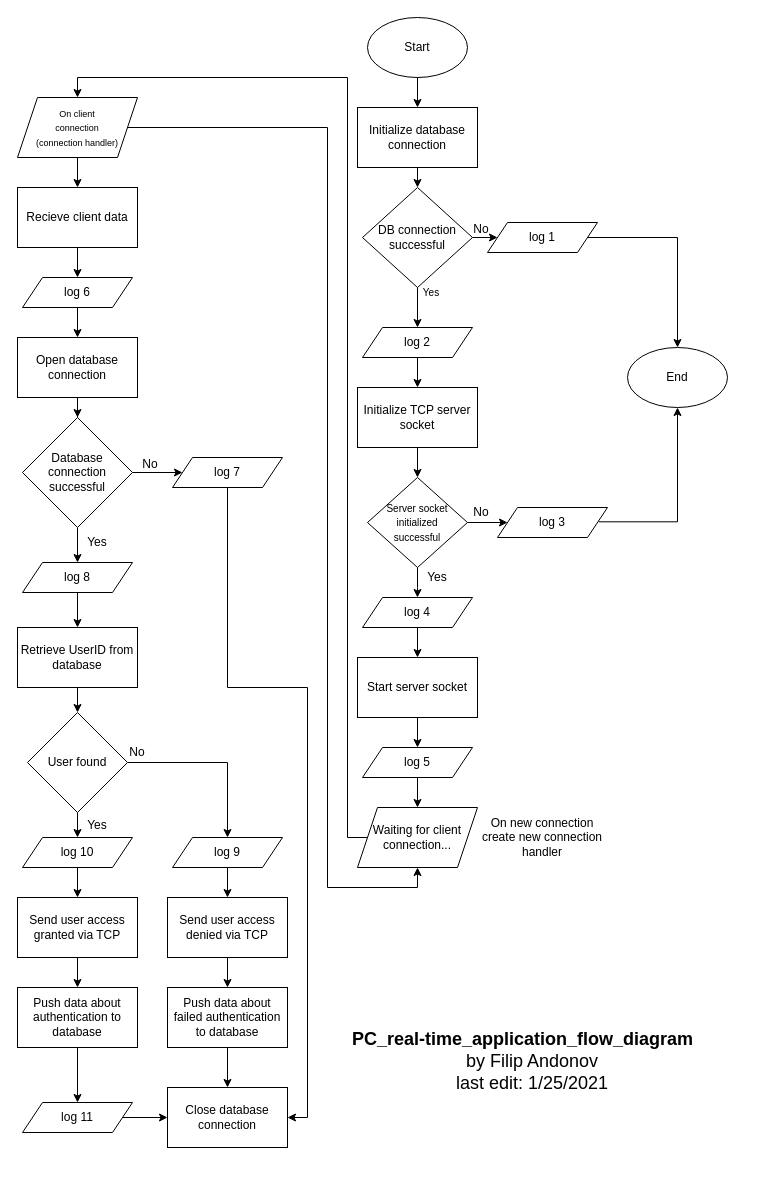
Before: Others/PC_real-time_application_flow_diagram.drawio.xml in callmeFilip/Access_Control_System, a draw.io diagram. Source tidied: cells renumbered, new cells numbered last; positions are measured from the earlier drawing's top-left corner, leaving out a move shared by most shapes. Both pictures are drawn from the tidied source at 100%, with x=0, y=0 at pixel (17, 17).
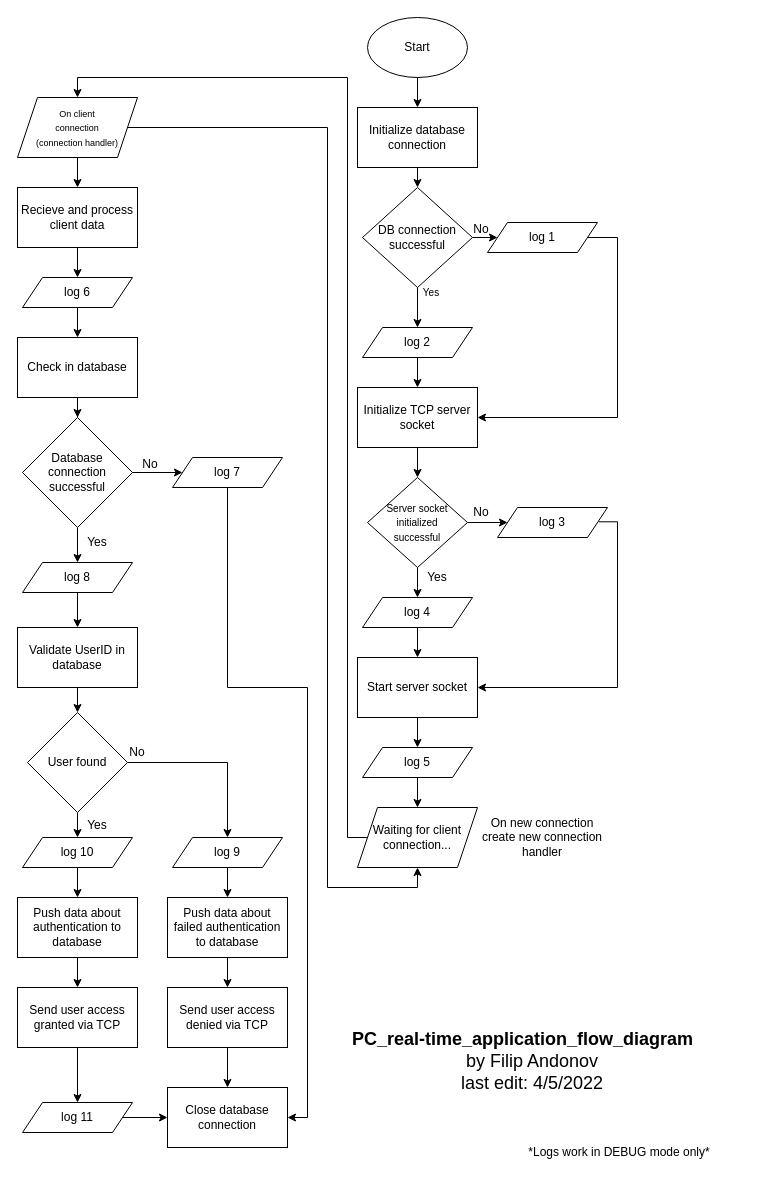
Above is the later version.

Commit message (it also covers changes not shown here):
Added database connection

Unchanged cells that the change refers to:
```xml
<mxCell id="12" value="Initialize TCP server socket" style="rounded=0;whiteSpace=wrap;html=1;" parent="1" vertex="1">
  <mxGeometry x="340" y="370" width="120" height="60" as="geometry" />
</mxCell>
<mxCell id="23" value="Start server socket" style="rounded=0;whiteSpace=wrap;html=1;fontSize=12;" parent="1" vertex="1">
  <mxGeometry x="340" y="640" width="120" height="60" as="geometry" />
</mxCell>
<mxCell id="59" value="Close database connection" style="rounded=0;whiteSpace=wrap;html=1;fontSize=12;" parent="1" vertex="1">
  <mxGeometry x="150" y="1070" width="120" height="60" as="geometry" />
</mxCell>
<mxCell id="64" value="log 3" style="shape=parallelogram;perimeter=parallelogramPerimeter;whiteSpace=wrap;html=1;fixedSize=1;" parent="1" vertex="1">
  <mxGeometry x="480" y="490" width="110" height="30" as="geometry" />
</mxCell>
<mxCell id="70" value="log 9" style="shape=parallelogram;perimeter=parallelogramPerimeter;whiteSpace=wrap;html=1;fixedSize=1;" parent="1" vertex="1">
  <mxGeometry x="155" y="820" width="110" height="30" as="geometry" />
</mxCell>
<mxCell id="71" value="log 10" style="shape=parallelogram;perimeter=parallelogramPerimeter;whiteSpace=wrap;html=1;fixedSize=1;" parent="1" vertex="1">
  <mxGeometry x="5" y="820" width="110" height="30" as="geometry" />
</mxCell>
<mxCell id="72" value="log 11" style="shape=parallelogram;perimeter=parallelogramPerimeter;whiteSpace=wrap;html=1;fixedSize=1;" parent="1" vertex="1">
  <mxGeometry x="5" y="1085" width="110" height="30" as="geometry" />
</mxCell>
<mxCell id="73" value="log 1" style="shape=parallelogram;perimeter=parallelogramPerimeter;whiteSpace=wrap;html=1;fixedSize=1;" parent="1" vertex="1">
  <mxGeometry x="470" y="205" width="110" height="30" as="geometry" />
</mxCell>
```

Change to the diagram source:
```diff
@@
-    <mxCell id="9" value="End" style="ellipse;whiteSpace=wrap;html=1;" parent="1" vertex="1">
-      <mxGeometry x="610" y="330" width="100" height="60" as="geometry" />
-    </mxCell>
-    <mxCell id="10" style="endArrow=classic;html=1;rounded=0;exitX=1;exitY=0.5;exitDx=0;exitDy=0;entryX=0.5;entryY=0;entryDx=0;entryDy=0;" parent="1" edge="1" source="73" target="9">
-      <mxGeometry relative="1" as="geometry">
-        <Array as="points">
-          <mxPoint x="660" y="220" />
-        </Array>
-      </mxGeometry>
-    </mxCell>
@@
-    <mxCell id="19" style="edgeStyle=orthogonalEdgeStyle;rounded=0;jettySize=auto;html=1;fontSize=12;entryX=0.5;entryY=1;entryDx=0;entryDy=0;exitX=0.92;exitY=0.477;exitDx=0;exitDy=0;exitPerimeter=0;" parent="1" edge="1" source="64" target="9">
-      <mxGeometry relative="1" as="geometry" />
+    <mxCell id="19" style="edgeStyle=orthogonalEdgeStyle;rounded=0;jettySize=auto;html=1;fontSize=12;entryX=1;entryY=0.5;entryDx=0;entryDy=0;exitX=0.92;exitY=0.477;exitDx=0;exitDy=0;exitPerimeter=0;" parent="1" edge="1" source="64" target="23">
+      <mxGeometry relative="1" as="geometry">
+        <Array as="points">
+          <mxPoint x="600" y="504" />
+          <mxPoint x="600" y="670" />
+        </Array>
+      </mxGeometry>
     </mxCell>
@@
-    <mxCell id="32" value="Recieve client data" style="rounded=0;whiteSpace=wrap;html=1;fontSize=12;" parent="1" vertex="1">
+    <mxCell id="32" value="Recieve and process client data" style="rounded=0;whiteSpace=wrap;html=1;fontSize=12;" parent="1" vertex="1">
       <mxGeometry y="170" width="120" height="60" as="geometry" />
     </mxCell>
@@
-    <mxCell id="35" value="Open database connection" style="rounded=0;whiteSpace=wrap;html=1;fontSize=12;" parent="1" vertex="1">
+    <mxCell id="35" value="Check in database" style="rounded=0;whiteSpace=wrap;html=1;fontSize=12;" parent="1" vertex="1">
       <mxGeometry y="320" width="120" height="60" as="geometry" />
     </mxCell>
@@
-    <mxCell id="43" value="Retrieve UserID from database" style="rounded=0;whiteSpace=wrap;html=1;fontSize=12;" parent="1" vertex="1">
+    <mxCell id="43" value="Validate UserID in database" style="rounded=0;whiteSpace=wrap;html=1;fontSize=12;" parent="1" vertex="1">
       <mxGeometry y="610" width="120" height="60" as="geometry" />
     </mxCell>
@@
-    <mxCell id="48" style="edgeStyle=orthogonalEdgeStyle;rounded=0;jettySize=auto;html=1;entryX=0.5;entryY=0;entryDx=0;entryDy=0;fontSize=12;exitX=0.5;exitY=1;exitDx=0;exitDy=0;" parent="1" edge="1" source="70" target="53">
-      <mxGeometry relative="1" as="geometry" />
-    </mxCell>
-    <mxCell id="49" style="edgeStyle=orthogonalEdgeStyle;rounded=0;jettySize=auto;html=1;entryX=0.5;entryY=0;entryDx=0;entryDy=0;fontSize=12;exitX=0.5;exitY=1;exitDx=0;exitDy=0;" parent="1" edge="1" source="71" target="55">
-      <mxGeometry relative="1" as="geometry" />
-    </mxCell>
@@
-    <mxCell id="52" style="edgeStyle=orthogonalEdgeStyle;rounded=0;jettySize=auto;html=1;entryX=0.5;entryY=0;entryDx=0;entryDy=0;fontSize=12;" parent="1" edge="1" source="53" target="61">
-      <mxGeometry relative="1" as="geometry" />
-    </mxCell>
+    <mxCell id="76" style="edgeStyle=orthogonalEdgeStyle;rounded=0;jettySize=auto;html=1;entryX=0.5;entryY=0;entryDx=0;entryDy=0;" parent="1" edge="1" source="53" target="59">
+      <mxGeometry relative="1" as="geometry" />
+    </mxCell>
     <mxCell id="53" value="Send user access denied via TCP" style="rounded=0;whiteSpace=wrap;html=1;fontSize=12;" parent="1" vertex="1">
-      <mxGeometry x="150" y="880" width="120" height="60" as="geometry" />
+      <mxGeometry x="150" y="970" width="120" height="60" as="geometry" />
     </mxCell>
-    <mxCell id="54" style="edgeStyle=orthogonalEdgeStyle;rounded=0;jettySize=auto;html=1;entryX=0.5;entryY=0;entryDx=0;entryDy=0;fontSize=12;" parent="1" edge="1" source="55" target="57">
-      <mxGeometry relative="1" as="geometry" />
-    </mxCell>
+    <mxCell id="77" style="edgeStyle=orthogonalEdgeStyle;rounded=0;jettySize=auto;html=1;entryX=0.5;entryY=0;entryDx=0;entryDy=0;" parent="1" edge="1" source="55" target="72">
+      <mxGeometry relative="1" as="geometry" />
+    </mxCell>
     <mxCell id="55" value="Send user access granted via TCP" style="rounded=0;whiteSpace=wrap;html=1;fontSize=12;" parent="1" vertex="1">
-      <mxGeometry y="880" width="120" height="60" as="geometry" />
+      <mxGeometry y="970" width="120" height="60" as="geometry" />
     </mxCell>
-    <mxCell id="56" style="edgeStyle=orthogonalEdgeStyle;rounded=0;jettySize=auto;html=1;entryX=0.5;entryY=0;entryDx=0;entryDy=0;fontSize=12;" parent="1" edge="1" source="57" target="72">
-      <mxGeometry relative="1" as="geometry" />
-    </mxCell>
+    <mxCell id="78" style="edgeStyle=orthogonalEdgeStyle;rounded=0;jettySize=auto;html=1;entryX=0.5;entryY=0;entryDx=0;entryDy=0;" parent="1" edge="1" source="57" target="55">
+      <mxGeometry relative="1" as="geometry" />
+    </mxCell>
     <mxCell id="57" value="Push data about authentication to database" style="rounded=0;whiteSpace=wrap;html=1;fontSize=12;" parent="1" vertex="1">
-      <mxGeometry y="970" width="120" height="60" as="geometry" />
+      <mxGeometry y="880" width="120" height="60" as="geometry" />
     </mxCell>
@@
-    <mxCell id="60" style="edgeStyle=orthogonalEdgeStyle;rounded=0;jettySize=auto;html=1;entryX=0.5;entryY=0;entryDx=0;entryDy=0;fontSize=12;" parent="1" edge="1" source="61" target="59">
-      <mxGeometry relative="1" as="geometry" />
-    </mxCell>
+    <mxCell id="79" style="edgeStyle=orthogonalEdgeStyle;rounded=0;jettySize=auto;html=1;entryX=0.5;entryY=0;entryDx=0;entryDy=0;" parent="1" edge="1" source="61" target="53">
+      <mxGeometry relative="1" as="geometry" />
+    </mxCell>
     <mxCell id="61" value="Push data about failed authentication to database" style="rounded=0;whiteSpace=wrap;html=1;fontSize=12;" parent="1" vertex="1">
-      <mxGeometry x="150" y="970" width="120" height="60" as="geometry" />
+      <mxGeometry x="150" y="880" width="120" height="60" as="geometry" />
     </mxCell>
@@
+    <mxCell id="80" style="edgeStyle=orthogonalEdgeStyle;rounded=0;jettySize=auto;html=1;entryX=0.5;entryY=0;entryDx=0;entryDy=0;" parent="1" edge="1" source="70" target="61">
+      <mxGeometry relative="1" as="geometry" />
+    </mxCell>
@@
+    <mxCell id="81" style="edgeStyle=orthogonalEdgeStyle;rounded=0;jettySize=auto;html=1;entryX=0.5;entryY=0;entryDx=0;entryDy=0;" parent="1" edge="1" source="71" target="57">
+      <mxGeometry relative="1" as="geometry" />
+    </mxCell>
@@
+    <mxCell id="82" style="edgeStyle=orthogonalEdgeStyle;rounded=0;jettySize=auto;html=1;entryX=1;entryY=0.5;entryDx=0;entryDy=0;" parent="1" edge="1" source="73" target="12">
+      <mxGeometry relative="1" as="geometry">
+        <Array as="points">
+          <mxPoint x="600" y="220" />
+          <mxPoint x="600" y="400" />
+        </Array>
+      </mxGeometry>
+    </mxCell>
@@
-    <mxCell id="75" value="by Filip Andonov&lt;br&gt;last edit: 1/25/2021" style="text;html=1;strokeColor=none;fillColor=none;align=center;verticalAlign=middle;whiteSpace=wrap;rounded=0;fontSize=18;" parent="1" vertex="1">
+    <mxCell id="75" value="by Filip Andonov&lt;br&gt;last edit: 4/5/2022" style="text;html=1;strokeColor=none;fillColor=none;align=center;verticalAlign=middle;whiteSpace=wrap;rounded=0;fontSize=18;" parent="1" vertex="1">
       <mxGeometry x="386" y="1040" width="258" height="30" as="geometry" />
     </mxCell>
+    <mxCell id="83" value="*Logs work in DEBUG mode only*" style="text;html=1;strokeColor=none;fillColor=none;align=center;verticalAlign=middle;whiteSpace=wrap;rounded=0;" parent="1" vertex="1">
+      <mxGeometry x="457" y="1120" width="290" height="29" as="geometry" />
+    </mxCell>
```
